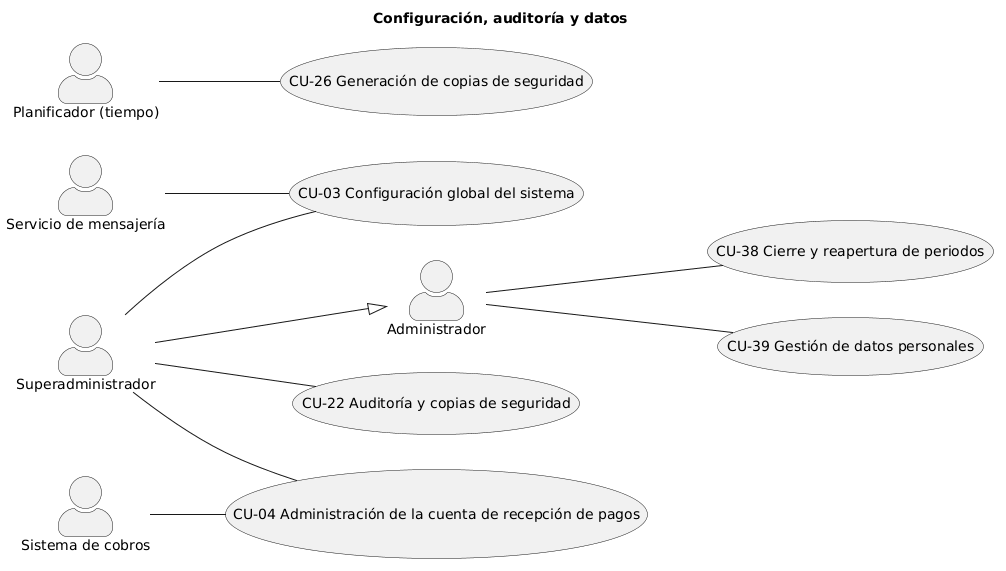
The PlantUML diagram Diagramas/diagrama_completo/imagenes/diagrama2.png in EVerjanoPerez/Grupo-Al-khwarizmi, before a commit.
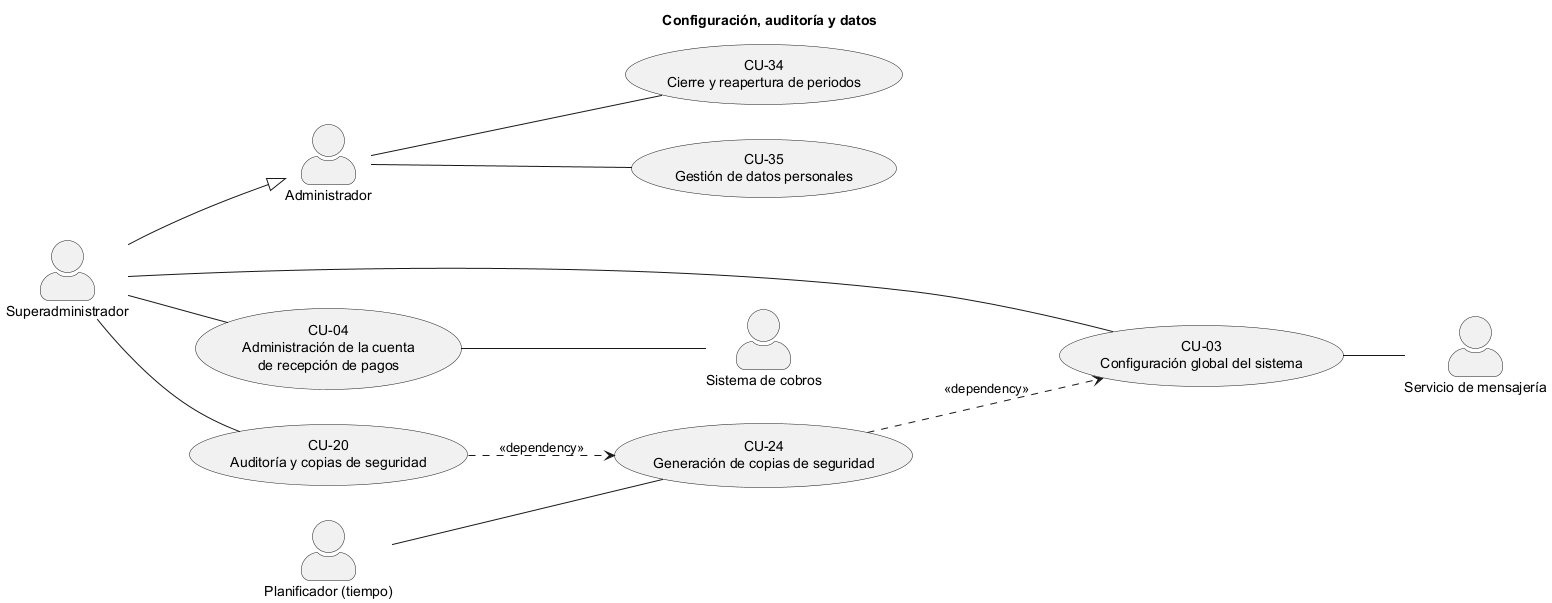
Above is the later version.

The edit, as a diff of the source:
```diff
@@ -6,28 +6,29 @@
 actor :Administrador: as admin
 actor :Superadministrador: as superadmin
 actor :Planificador (tiempo): as planificador
-actor :Sistema de cobros: as sistemaCobros
+actor :Sistema de cobros: as cobros
 actor :Servicio de mensajería: as mensajeria
 
-usecase (CU-03 Configuración global del sistema) as cu03
-usecase (CU-04 Administración de la cuenta de recepción de pagos) as cu04
-usecase (CU-22 Auditoría y copias de seguridad) as cu22
-usecase (CU-26 Generación de copias de seguridad) as cu26
-usecase (CU-38 Cierre y reapertura de periodos) as cu38
-usecase (CU-39 Gestión de datos personales) as cu39
+superadmin --|> admin
+usecase "CU-03\nConfiguración global del sistema" as cu03
+usecase "CU-04\nAdministración de la cuenta\nde recepción de pagos" as cu04
+usecase "CU-20\nAuditoría y copias de seguridad" as cu20
+usecase "CU-24\nGeneración de copias de seguridad" as cu24
+usecase "CU-34\nCierre y reapertura de periodos" as cu34
+usecase "CU-35\nGestión de datos personales" as cu35
 
-superadmin --|> admin
+admin -- cu34
+admin -- cu35
 
 superadmin -- cu03
 superadmin -- cu04
-superadmin -- cu22
+superadmin -- cu20
 
-admin -- cu38
-admin -- cu39
+planificador -- cu24
 
-planificador -- cu26
+cu03 -- mensajeria
+cu04 -- cobros
 
-sistemaCobros -- cu04
-
-mensajeria -- cu03
+cu20 ..> cu24 : <<dependency>>
+cu24 ..> cu03 : <<dependency>>
 @enduml
```
